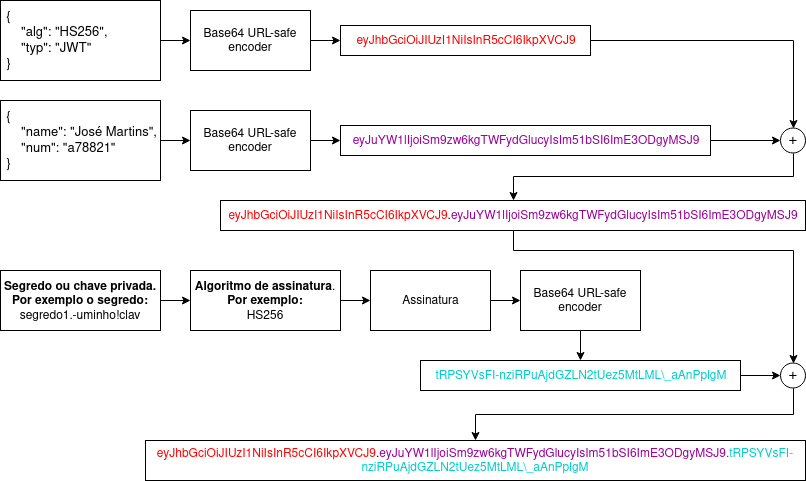
Earlier version of the draw.io export RPD/img/buildJWS.png (jcm300/masters_dissertation). Source tidied: cells renumbered, new cells last; positions are measured from the earlier drawing's top-left corner, leaving out a move shared by most shapes.
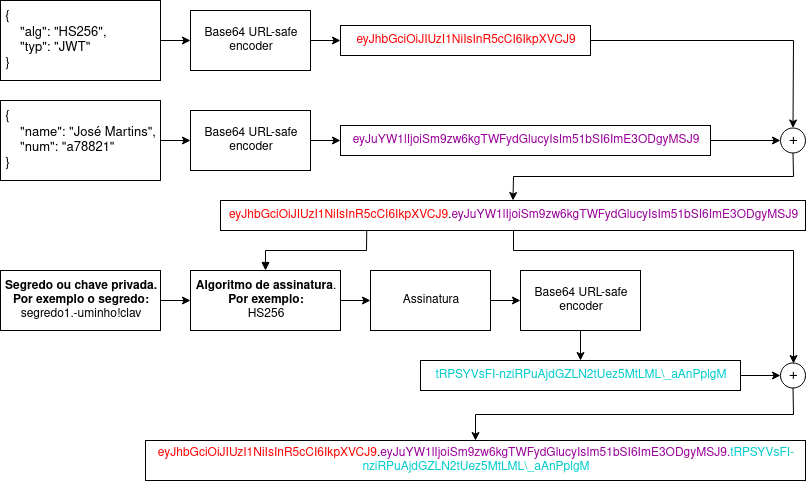
Above is the later version.

Diff of the diagram source:
```diff
@@ -52,6 +52,9 @@
         </Array>
       </mxGeometry>
     </mxCell>
+    <mxCell id="31" style="edgeStyle=orthogonalEdgeStyle;rounded=0;jettySize=auto;html=1;exitX=0.25;exitY=1;exitDx=0;exitDy=0;entryX=0.5;entryY=0;entryDx=0;entryDy=0;endArrow=block;endFill=1;" parent="1" edge="1" source="17" target="21">
+      <mxGeometry relative="1" as="geometry" />
+    </mxCell>
     <mxCell id="17" value="&lt;font color=&quot;#FF0000&quot;&gt;eyJhbGciOiJIUzI1NiIsInR5cCI6IkpXVCJ9&lt;/font&gt;.&lt;font color=&quot;#990099&quot;&gt;eyJuYW1lIjoiSm9zw6kgTWFydGlucyIsIm51bSI6ImE3ODgyMSJ9&lt;/font&gt;" style="text;html=1;strokeColor=#000000;fillColor=none;align=center;verticalAlign=middle;whiteSpace=wrap;rounded=0;" parent="1" vertex="1">
       <mxGeometry x="220" y="200" width="585" height="30" as="geometry" />
     </mxCell>
```
